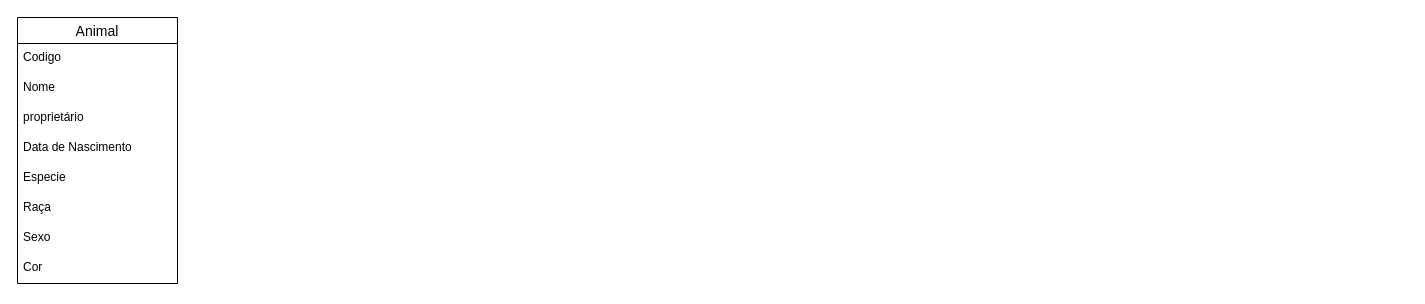
The draw.io diagram MODELAGEM DE SOFTWARE Modelo Conceitual do Sistema.drawio in John-The-Fox/4-semestre, before the edit. Source tidied: cells renumbered, new cells numbered last; positions are measured from the earlier drawing's top-left corner, leaving out a move shared by most shapes. Both pictures are drawn from the tidied source at 100%, with x=0, y=0 at pixel (17, 17).
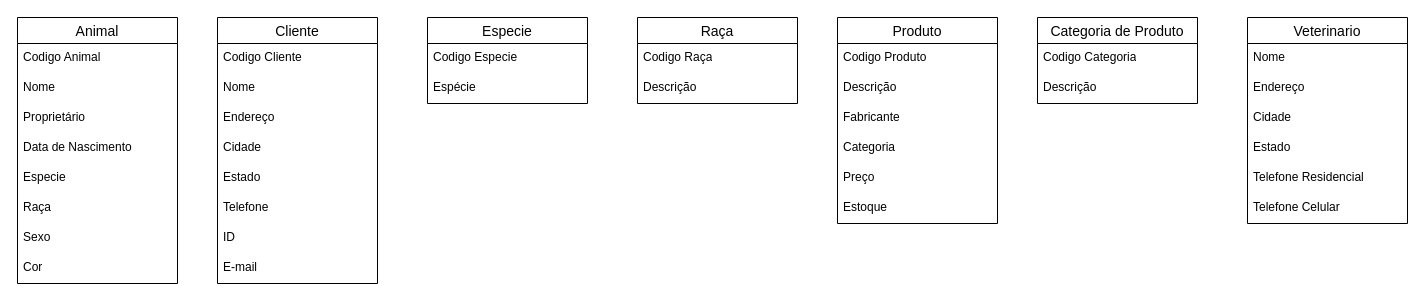
After the change.

Unchanged cells that the change refers to:
```xml
<mxCell id="2" value="Animal" style="swimlane;fontStyle=0;horizontal=1;startSize=26;align=center;fontSize=14;" parent="1" vertex="1">
  <mxGeometry width="160" height="266" as="geometry" />
</mxCell>
```

What changed in the source:
```diff
@@
-    <mxCell id="3" value="Codigo" style="text;strokeColor=none;fillColor=none;spacingLeft=4;spacingRight=4;overflow=hidden;fontSize=12;whiteSpace=wrap;html=1;" parent="2" vertex="1">
+    <mxCell id="3" value="Codigo Animal" style="text;strokeColor=none;fillColor=none;spacingLeft=4;spacingRight=4;overflow=hidden;fontSize=12;whiteSpace=wrap;html=1;" parent="2" vertex="1">
       <mxGeometry y="26" width="160" height="30" as="geometry" />
     </mxCell>
@@
-    <mxCell id="5" value="proprietário" style="text;strokeColor=none;fillColor=none;spacingLeft=4;spacingRight=4;overflow=hidden;fontSize=12;whiteSpace=wrap;html=1;" parent="2" vertex="1">
+    <mxCell id="5" value="Proprietário" style="text;strokeColor=none;fillColor=none;spacingLeft=4;spacingRight=4;overflow=hidden;fontSize=12;whiteSpace=wrap;html=1;" parent="2" vertex="1">
       <mxGeometry y="86" width="160" height="30" as="geometry" />
     </mxCell>
@@
+    <mxCell id="11" value="Cliente" style="swimlane;fontStyle=0;horizontal=1;startSize=26;align=center;fontSize=14;" parent="1" vertex="1">
+      <mxGeometry x="200" width="160" height="266" as="geometry" />
+    </mxCell>
+    <mxCell id="12" value="Codigo Cliente" style="text;strokeColor=none;fillColor=none;spacingLeft=4;spacingRight=4;overflow=hidden;fontSize=12;whiteSpace=wrap;html=1;" parent="11" vertex="1">
+      <mxGeometry y="26" width="160" height="30" as="geometry" />
+    </mxCell>
+    <mxCell id="13" value="Nome" style="text;strokeColor=none;fillColor=none;spacingLeft=4;spacingRight=4;overflow=hidden;fontSize=12;whiteSpace=wrap;html=1;" parent="11" vertex="1">
+      <mxGeometry y="56" width="160" height="30" as="geometry" />
+    </mxCell>
+    <mxCell id="14" value="Endereço" style="text;strokeColor=none;fillColor=none;spacingLeft=4;spacingRight=4;overflow=hidden;fontSize=12;whiteSpace=wrap;html=1;" parent="11" vertex="1">
+      <mxGeometry y="86" width="160" height="30" as="geometry" />
+    </mxCell>
+    <mxCell id="15" value="Cidade" style="text;strokeColor=none;fillColor=none;spacingLeft=4;spacingRight=4;overflow=hidden;fontSize=12;whiteSpace=wrap;html=1;" parent="11" vertex="1">
+      <mxGeometry y="116" width="160" height="30" as="geometry" />
+    </mxCell>
+    <mxCell id="16" value="Estado" style="text;strokeColor=none;fillColor=none;spacingLeft=4;spacingRight=4;overflow=hidden;fontSize=12;whiteSpace=wrap;html=1;" parent="11" vertex="1">
+      <mxGeometry y="146" width="160" height="30" as="geometry" />
+    </mxCell>
+    <mxCell id="17" value="Telefone" style="text;strokeColor=none;fillColor=none;spacingLeft=4;spacingRight=4;overflow=hidden;fontSize=12;whiteSpace=wrap;html=1;" parent="11" vertex="1">
+      <mxGeometry y="176" width="160" height="30" as="geometry" />
+    </mxCell>
+    <mxCell id="18" value="ID" style="text;strokeColor=none;fillColor=none;spacingLeft=4;spacingRight=4;overflow=hidden;fontSize=12;whiteSpace=wrap;html=1;" parent="11" vertex="1">
+      <mxGeometry y="206" width="160" height="30" as="geometry" />
+    </mxCell>
+    <mxCell id="19" value="E-mail" style="text;strokeColor=none;fillColor=none;spacingLeft=4;spacingRight=4;overflow=hidden;fontSize=12;whiteSpace=wrap;html=1;" parent="11" vertex="1">
+      <mxGeometry y="236" width="160" height="30" as="geometry" />
+    </mxCell>
+    <mxCell id="20" value="Especie" style="swimlane;fontStyle=0;horizontal=1;startSize=26;align=center;fontSize=14;" parent="1" vertex="1">
+      <mxGeometry x="410" width="160" height="86" as="geometry" />
+    </mxCell>
+    <mxCell id="21" value="Codigo Especie" style="text;strokeColor=none;fillColor=none;spacingLeft=4;spacingRight=4;overflow=hidden;fontSize=12;whiteSpace=wrap;html=1;" parent="20" vertex="1">
+      <mxGeometry y="26" width="160" height="30" as="geometry" />
+    </mxCell>
+    <mxCell id="22" value="Espécie" style="text;strokeColor=none;fillColor=none;spacingLeft=4;spacingRight=4;overflow=hidden;fontSize=12;whiteSpace=wrap;html=1;" parent="20" vertex="1">
+      <mxGeometry y="56" width="160" height="30" as="geometry" />
+    </mxCell>
+    <mxCell id="23" value="Raça" style="swimlane;fontStyle=0;horizontal=1;startSize=26;align=center;fontSize=14;" parent="1" vertex="1">
+      <mxGeometry x="620" width="160" height="86" as="geometry" />
+    </mxCell>
+    <mxCell id="24" value="Codigo Raça" style="text;strokeColor=none;fillColor=none;spacingLeft=4;spacingRight=4;overflow=hidden;fontSize=12;whiteSpace=wrap;html=1;" parent="23" vertex="1">
+      <mxGeometry y="26" width="160" height="30" as="geometry" />
+    </mxCell>
+    <mxCell id="25" value="Descrição" style="text;strokeColor=none;fillColor=none;spacingLeft=4;spacingRight=4;overflow=hidden;fontSize=12;whiteSpace=wrap;html=1;" parent="23" vertex="1">
+      <mxGeometry y="56" width="160" height="30" as="geometry" />
+    </mxCell>
+    <mxCell id="26" value="Produto" style="swimlane;fontStyle=0;horizontal=1;startSize=26;align=center;fontSize=14;" parent="1" vertex="1">
+      <mxGeometry x="820" width="160" height="206" as="geometry" />
+    </mxCell>
+    <mxCell id="27" value="Codigo Produto" style="text;strokeColor=none;fillColor=none;spacingLeft=4;spacingRight=4;overflow=hidden;fontSize=12;whiteSpace=wrap;html=1;" parent="26" vertex="1">
+      <mxGeometry y="26" width="160" height="30" as="geometry" />
+    </mxCell>
+    <mxCell id="28" value="Descrição" style="text;strokeColor=none;fillColor=none;spacingLeft=4;spacingRight=4;overflow=hidden;fontSize=12;whiteSpace=wrap;html=1;" parent="26" vertex="1">
+      <mxGeometry y="56" width="160" height="30" as="geometry" />
+    </mxCell>
+    <mxCell id="29" value="Fabricante" style="text;strokeColor=none;fillColor=none;spacingLeft=4;spacingRight=4;overflow=hidden;fontSize=12;whiteSpace=wrap;html=1;" parent="26" vertex="1">
+      <mxGeometry y="86" width="160" height="30" as="geometry" />
+    </mxCell>
+    <mxCell id="30" value="Categoria" style="text;strokeColor=none;fillColor=none;spacingLeft=4;spacingRight=4;overflow=hidden;fontSize=12;whiteSpace=wrap;html=1;" parent="26" vertex="1">
+      <mxGeometry y="116" width="160" height="30" as="geometry" />
+    </mxCell>
+    <mxCell id="31" value="Preço" style="text;strokeColor=none;fillColor=none;spacingLeft=4;spacingRight=4;overflow=hidden;fontSize=12;whiteSpace=wrap;html=1;" parent="26" vertex="1">
+      <mxGeometry y="146" width="160" height="30" as="geometry" />
+    </mxCell>
+    <mxCell id="32" value="Estoque" style="text;strokeColor=none;fillColor=none;spacingLeft=4;spacingRight=4;overflow=hidden;fontSize=12;whiteSpace=wrap;html=1;" parent="26" vertex="1">
+      <mxGeometry y="176" width="160" height="30" as="geometry" />
+    </mxCell>
+    <mxCell id="33" value="Categoria de Produto" style="swimlane;fontStyle=0;horizontal=1;startSize=26;align=center;fontSize=14;" parent="1" vertex="1">
+      <mxGeometry x="1020" width="160" height="86" as="geometry" />
+    </mxCell>
+    <mxCell id="34" value="Codigo Categoria" style="text;strokeColor=none;fillColor=none;spacingLeft=4;spacingRight=4;overflow=hidden;fontSize=12;whiteSpace=wrap;html=1;" parent="33" vertex="1">
+      <mxGeometry y="26" width="160" height="30" as="geometry" />
+    </mxCell>
+    <mxCell id="35" value="Descrição" style="text;strokeColor=none;fillColor=none;spacingLeft=4;spacingRight=4;overflow=hidden;fontSize=12;whiteSpace=wrap;html=1;" parent="33" vertex="1">
+      <mxGeometry y="56" width="160" height="30" as="geometry" />
+    </mxCell>
+    <mxCell id="36" value="Veterinario" style="swimlane;fontStyle=0;horizontal=1;startSize=26;align=center;fontSize=14;" parent="1" vertex="1">
+      <mxGeometry x="1230" width="160" height="206" as="geometry" />
+    </mxCell>
+    <mxCell id="37" value="Nome" style="text;strokeColor=none;fillColor=none;spacingLeft=4;spacingRight=4;overflow=hidden;fontSize=12;whiteSpace=wrap;html=1;" parent="36" vertex="1">
+      <mxGeometry y="26" width="160" height="30" as="geometry" />
+    </mxCell>
+    <mxCell id="38" value="Endereço" style="text;strokeColor=none;fillColor=none;spacingLeft=4;spacingRight=4;overflow=hidden;fontSize=12;whiteSpace=wrap;html=1;" parent="36" vertex="1">
+      <mxGeometry y="56" width="160" height="30" as="geometry" />
+    </mxCell>
+    <mxCell id="39" value="Cidade" style="text;strokeColor=none;fillColor=none;spacingLeft=4;spacingRight=4;overflow=hidden;fontSize=12;whiteSpace=wrap;html=1;" parent="36" vertex="1">
+      <mxGeometry y="86" width="160" height="30" as="geometry" />
+    </mxCell>
+    <mxCell id="40" value="Estado" style="text;strokeColor=none;fillColor=none;spacingLeft=4;spacingRight=4;overflow=hidden;fontSize=12;whiteSpace=wrap;html=1;" parent="36" vertex="1">
+      <mxGeometry y="116" width="160" height="30" as="geometry" />
+    </mxCell>
+    <mxCell id="41" value="Telefone Residencial" style="text;strokeColor=none;fillColor=none;spacingLeft=4;spacingRight=4;overflow=hidden;fontSize=12;whiteSpace=wrap;html=1;" parent="36" vertex="1">
+      <mxGeometry y="146" width="160" height="30" as="geometry" />
+    </mxCell>
+    <mxCell id="42" value="Telefone Celular" style="text;strokeColor=none;fillColor=none;spacingLeft=4;spacingRight=4;overflow=hidden;fontSize=12;whiteSpace=wrap;html=1;" parent="36" vertex="1">
+      <mxGeometry y="176" width="160" height="30" as="geometry" />
+    </mxCell>
```
